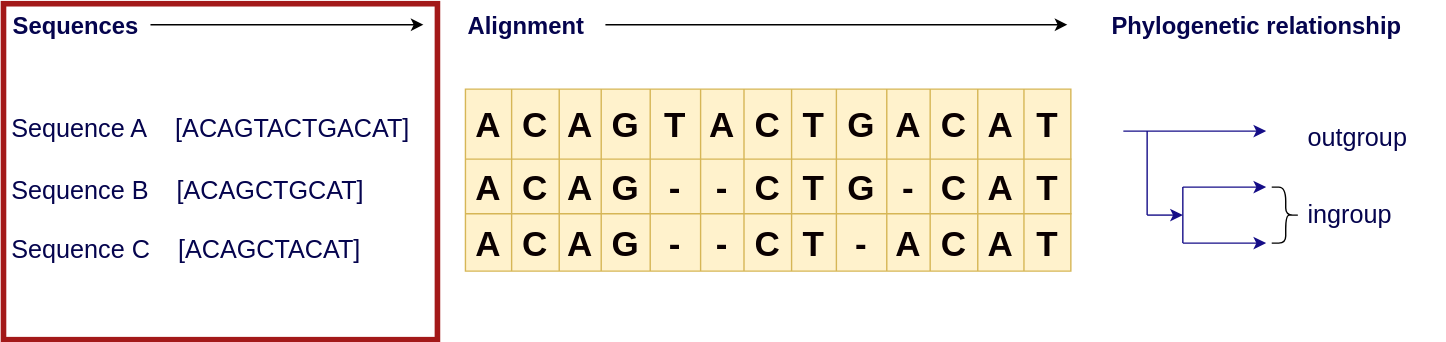
Above: images/3alignment_sequence.drawio.svg in khiron/dBGAlignSlides (draw.io), before the change. Source tidied: cells renumbered, new cells last; positions are measured from the earlier drawing's top-left corner, leaving out a move shared by most shapes.
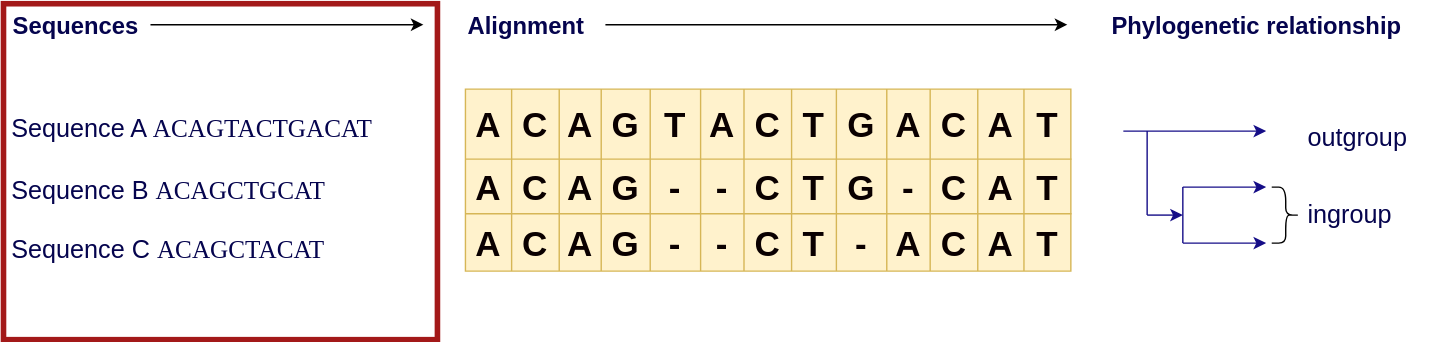
The same diagram one commit later.

What changed in the source:
```diff
@@ -145,15 +145,6 @@
     <mxCell id="48" value="&lt;b&gt;Alignment&lt;/b&gt;" style="text;html=1;align=left;verticalAlign=top;whiteSpace=wrap;rounded=0;fontColor=#05044e;fontSize=17;labelPosition=center;verticalLabelPosition=middle;" parent="1" vertex="1">
       <mxGeometry x="330" width="100" height="30" as="geometry" />
     </mxCell>
-    <mxCell id="49" value="Sequence A&amp;nbsp; &amp;nbsp; [ACAGTACTGACAT]" style="text;html=1;align=left;verticalAlign=middle;whiteSpace=wrap;rounded=0;fontSize=18;fontStyle=0;labelPosition=center;verticalLabelPosition=middle;fontColor=#05044e;" parent="1" vertex="1">
-      <mxGeometry x="4" y="75" width="296" height="30" as="geometry" />
-    </mxCell>
-    <mxCell id="50" value="Sequence B&amp;nbsp; &amp;nbsp; [ACAGCTGCAT]" style="text;html=1;align=left;verticalAlign=middle;whiteSpace=wrap;rounded=0;fontSize=18;fontStyle=0;labelPosition=center;verticalLabelPosition=middle;fontColor=#05044e;" parent="1" vertex="1">
-      <mxGeometry x="4" y="116" width="296" height="35" as="geometry" />
-    </mxCell>
-    <mxCell id="51" value="Sequence C&amp;nbsp; &amp;nbsp; [ACAGCTACAT]" style="text;html=1;align=left;verticalAlign=middle;whiteSpace=wrap;rounded=0;fontSize=18;fontStyle=0;labelPosition=center;verticalLabelPosition=middle;fontColor=#05044e;" parent="1" vertex="1">
-      <mxGeometry x="4" y="160" width="296" height="31" as="geometry" />
-    </mxCell>
     <mxCell id="52" style="edgeStyle=none;html=1;" parent="1" edge="1" source="53">
       <mxGeometry relative="1" as="geometry">
         <mxPoint x="300" y="15" as="targetPoint" />
@@ -219,5 +210,14 @@
         <mxPoint as="targetPoint" />
       </mxGeometry>
     </mxCell>
+    <mxCell id="64" value="Sequence A&amp;nbsp; &amp;nbsp; &lt;font face=&quot;Lucida Console&quot;&gt;ACAGTACTGACAT&lt;/font&gt;" style="text;html=1;align=left;verticalAlign=middle;whiteSpace=wrap;rounded=0;fontSize=18;fontStyle=0;labelPosition=center;verticalLabelPosition=middle;fontColor=#05044e;" parent="1" vertex="1">
+      <mxGeometry x="4" y="75" width="296" height="30" as="geometry" />
+    </mxCell>
+    <mxCell id="65" value="Sequence B&amp;nbsp; &amp;nbsp; &lt;font face=&quot;Lucida Console&quot;&gt;ACAGCTGCAT&lt;/font&gt;" style="text;html=1;align=left;verticalAlign=middle;whiteSpace=wrap;rounded=0;fontSize=18;fontStyle=0;labelPosition=center;verticalLabelPosition=middle;fontColor=#05044e;" parent="1" vertex="1">
+      <mxGeometry x="4" y="116" width="296" height="35" as="geometry" />
+    </mxCell>
+    <mxCell id="66" value="Sequence C&amp;nbsp; &amp;nbsp; &lt;font face=&quot;Lucida Console&quot;&gt;ACAGCTACAT&lt;/font&gt;" style="text;html=1;align=left;verticalAlign=middle;whiteSpace=wrap;rounded=0;fontSize=18;fontStyle=0;labelPosition=center;verticalLabelPosition=middle;fontColor=#05044e;" parent="1" vertex="1">
+      <mxGeometry x="4" y="160" width="296" height="31" as="geometry" />
+    </mxCell>
   </root>
 </mxGraphModel>
```
